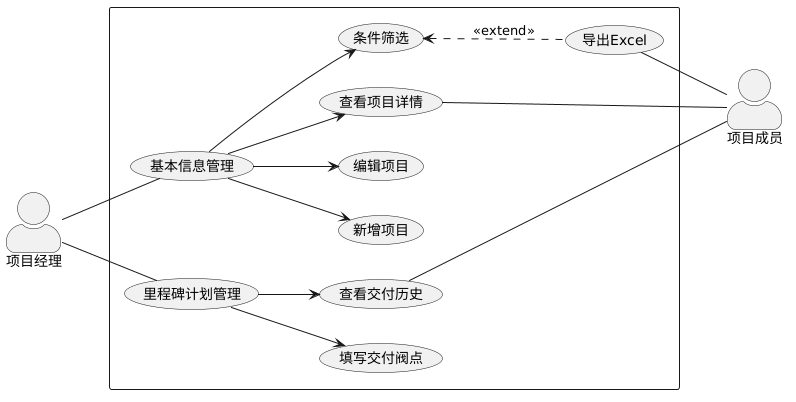
Above: imgs/usecase/项目信息管理用例图.png in Moon-Knight1/SEU-Graduation-Thesis-Template (PlantUML), before the change.
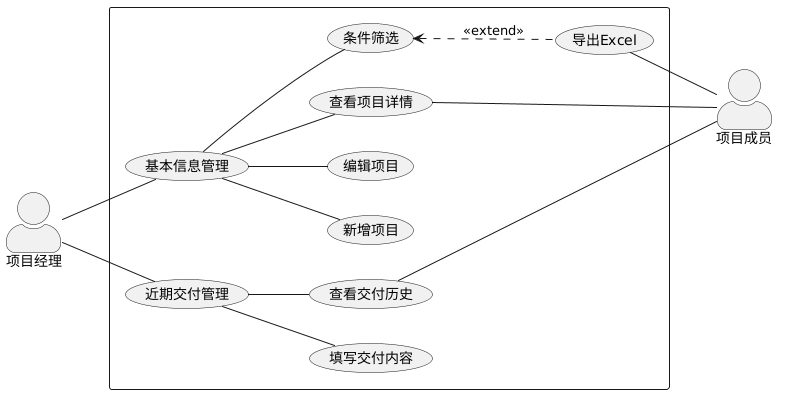
The same file after the commit.

The edit, as a diff of the source:
```diff
@@ -13,8 +13,8 @@
     usecase "新增项目" as AddProjectInfo
     usecase "编辑项目" as EditProjectInfo
 
-    usecase "里程碑计划管理" as MileStone
-    usecase "填写交付阀点" as EditWeeklyReport
+    usecase "近期交付管理" as MileStone
+    usecase "填写交付内容" as EditWeeklyReport
     usecase "查看交付历史" as ViewDeliveryHistory
 
     usecase "导出Excel" as ExportExcel
@@ -23,14 +23,14 @@
 SPM -- ProjectBaseinfo
 SPM -- MileStone
 
-ProjectBaseinfo --> ViewProjectList
-ProjectBaseinfo --> ViewProjectDetail
-ProjectBaseinfo --> AddProjectInfo
-ProjectBaseinfo --> EditProjectInfo
+ProjectBaseinfo -- ViewProjectList
+ProjectBaseinfo -- ViewProjectDetail
+ProjectBaseinfo -- AddProjectInfo
+ProjectBaseinfo -- EditProjectInfo
 ViewProjectList <.. ExportExcel : <<extend>>
 
-MileStone --> EditWeeklyReport
-MileStone --> ViewDeliveryHistory
+MileStone -- EditWeeklyReport
+MileStone -- ViewDeliveryHistory
 
 ViewProjectDetail  -- User
 ViewDeliveryHistory  -- User
```
